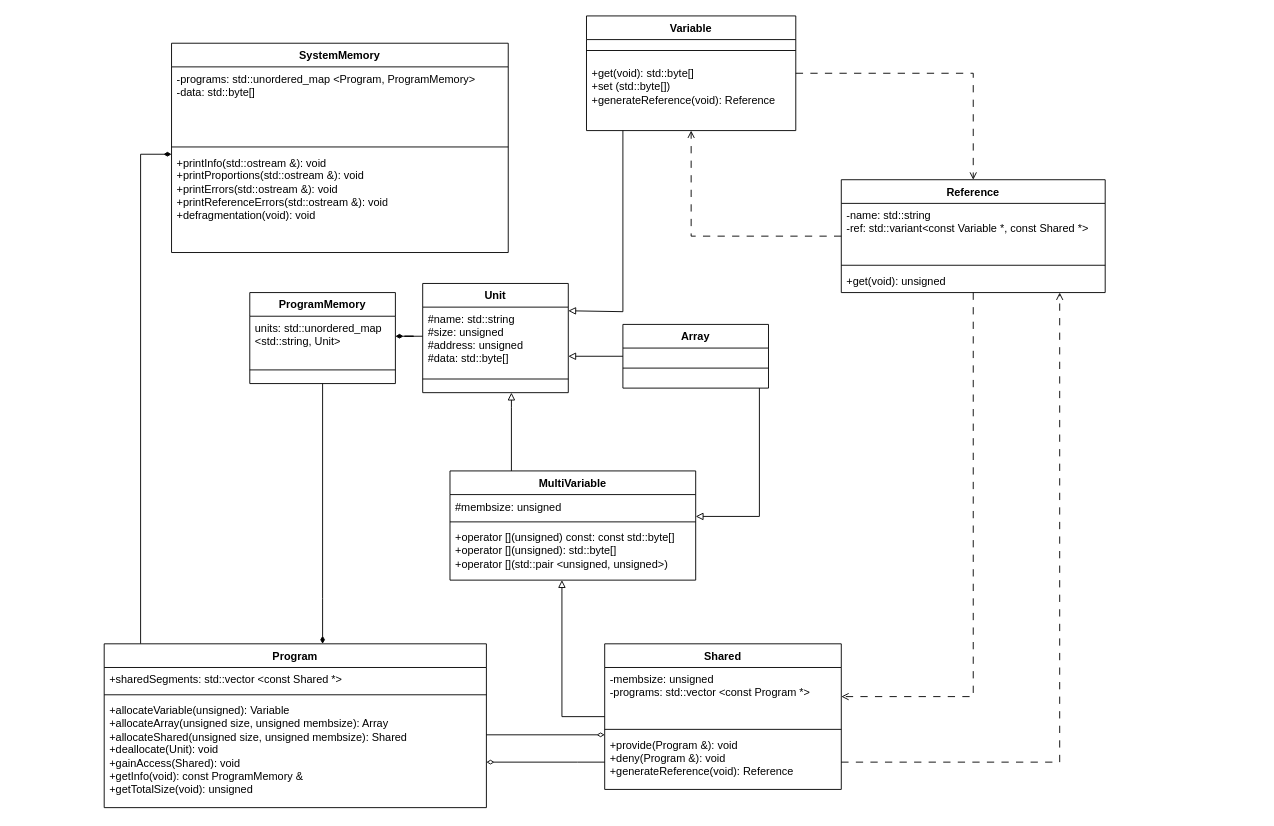
Earlier version of the draw.io diagram oop_lab3_uml.drawio (molchanov71/MEPhIflowcharts). Source tidied: cells renumbered, new cells numbered last; positions are measured from the earlier drawing's top-left corner, leaving out a move shared by most shapes. Both pictures are drawn from the tidied source at 91%, with x=0, y=0 at pixel (104, 15).
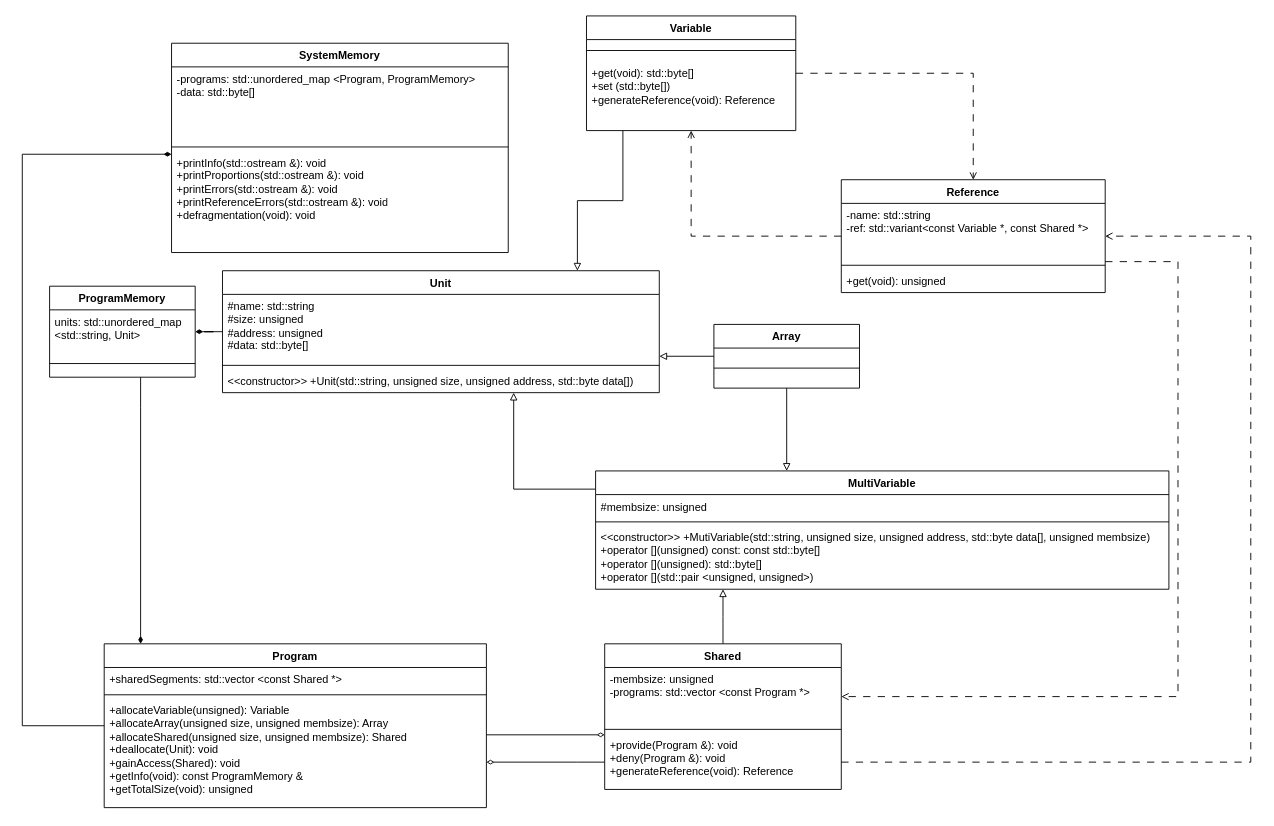
The same page after the edit.

The change refers to these unchanged cells:
```xml
<mxCell id="8" value="Variable" style="swimlane;fontStyle=1;align=center;verticalAlign=top;horizontal=1;startSize=26;whiteSpace=wrap;html=1;" parent="1" vertex="1">
  <mxGeometry x="530" width="230" height="126" as="geometry" />
</mxCell>
<mxCell id="14" value="Shared" style="swimlane;fontStyle=1;align=center;verticalAlign=top;horizontal=1;startSize=26;whiteSpace=wrap;html=1;" parent="1" vertex="1">
  <mxGeometry x="550" y="690" width="260" height="160" as="geometry" />
</mxCell>
<mxCell id="19" value="Reference" style="swimlane;fontStyle=1;align=center;verticalAlign=top;horizontal=1;startSize=26;whiteSpace=wrap;html=1;" parent="1" vertex="1">
  <mxGeometry x="810" y="180" width="290" height="124" as="geometry" />
</mxCell>
<mxCell id="24" value="units: std::unordered_map &amp;lt;std::string, Unit&amp;gt;" style="text;strokeColor=none;fillColor=none;align=left;verticalAlign=top;spacingLeft=4;spacingRight=4;overflow=hidden;points=[[0,0.5],[1,0.5]];portConstraint=eastwest;whiteSpace=wrap;html=1;" parent="23" vertex="1">
  <mxGeometry y="26" width="160" height="44" as="geometry" />
</mxCell>
<mxCell id="27" value="SystemMemory" style="swimlane;fontStyle=1;align=center;verticalAlign=top;horizontal=1;startSize=26;whiteSpace=wrap;html=1;" parent="1" vertex="1">
  <mxGeometry x="74" y="30" width="370" height="230" as="geometry" />
</mxCell>
<mxCell id="34" value="Program" style="swimlane;fontStyle=1;align=center;verticalAlign=top;horizontal=1;startSize=26;whiteSpace=wrap;html=1;" parent="1" vertex="1">
  <mxGeometry y="690" width="420" height="180" as="geometry" />
</mxCell>
```

What changed in the source:
```diff
@@
-    <mxCell id="2" value="Unit" style="swimlane;fontStyle=1;align=center;verticalAlign=top;horizontal=1;startSize=26;whiteSpace=wrap;html=1;" parent="1" vertex="1">
-      <mxGeometry x="350" y="294" width="160" height="120" as="geometry" />
-    </mxCell>
-    <mxCell id="3" value="#name: std::string&lt;br&gt;#size: unsigned&lt;br&gt;#address: unsigned&lt;br&gt;#data: std::byte[]" style="text;strokeColor=none;fillColor=none;align=left;verticalAlign=top;spacingLeft=4;spacingRight=4;overflow=hidden;points=[[0,0.5],[1,0.5]];portConstraint=eastwest;whiteSpace=wrap;html=1;" parent="2" vertex="1">
-      <mxGeometry y="26" width="160" height="64" as="geometry" />
-    </mxCell>
-    <mxCell id="4" style="line;strokeWidth=1;fillColor=none;align=left;verticalAlign=middle;spacingTop=-1;spacingLeft=3;spacingRight=3;labelPosition=right;strokeColor=inherit;" parent="2" vertex="1">
-      <mxGeometry y="90" width="160" height="30" as="geometry" />
-    </mxCell>
-    <mxCell id="5" style="edgeStyle=orthogonalEdgeStyle;rounded=0;jettySize=auto;html=1;entryX=1;entryY=0.25;entryDx=0;entryDy=0;endArrow=block;endFill=0;" parent="1" edge="1" source="8" target="2">
+    <mxCell id="5" style="edgeStyle=orthogonalEdgeStyle;rounded=0;jettySize=auto;html=1;endArrow=block;endFill=0;" parent="1" edge="1" source="8" target="2">
       <mxGeometry relative="1" as="geometry">
         <Array as="points">
-          <mxPoint x="570" y="325" />
+          <mxPoint x="570" y="203" />
+          <mxPoint x="520" y="203" />
         </Array>
       </mxGeometry>
     </mxCell>
@@
     <mxCell id="11" value="Array" style="swimlane;fontStyle=1;align=center;verticalAlign=top;horizontal=1;startSize=26;whiteSpace=wrap;html=1;" parent="1" vertex="1">
-      <mxGeometry x="570" y="339" width="160" height="70" as="geometry" />
+      <mxGeometry x="670" y="339" width="160" height="70" as="geometry" />
     </mxCell>
@@
     <mxCell id="13" style="edgeStyle=orthogonalEdgeStyle;rounded=0;jettySize=auto;html=1;endArrow=block;endFill=0;" parent="1" edge="1" source="14" target="40">
       <mxGeometry relative="1" as="geometry">
         <Array as="points">
-          <mxPoint x="503" y="770" />
+          <mxPoint x="680" y="660" />
+          <mxPoint x="680" y="660" />
         </Array>
       </mxGeometry>
     </mxCell>
@@
     <mxCell id="18" style="edgeStyle=orthogonalEdgeStyle;rounded=0;jettySize=auto;html=1;endArrow=block;endFill=0;" parent="1" edge="1" source="11" target="2">
       <mxGeometry relative="1" as="geometry">
         <Array as="points">
-          <mxPoint x="570" y="356" />
-          <mxPoint x="570" y="356" />
+          <mxPoint x="530" y="374" />
+          <mxPoint x="530" y="374" />
         </Array>
       </mxGeometry>
     </mxCell>
@@
     <mxCell id="23" value="ProgramMemory" style="swimlane;fontStyle=1;align=center;verticalAlign=top;horizontal=1;startSize=26;whiteSpace=wrap;html=1;" parent="1" vertex="1">
-      <mxGeometry x="160" y="304" width="160" height="100" as="geometry" />
+      <mxGeometry x="-60" y="297" width="160" height="100" as="geometry" />
     </mxCell>
@@
-    <mxCell id="26" style="edgeStyle=orthogonalEdgeStyle;rounded=0;jettySize=auto;html=1;endArrow=diamondThin;endFill=1;entryX=1;entryY=0.5;entryDx=0;entryDy=0;" parent="1" edge="1" source="3" target="24">
+    <mxCell id="26" style="edgeStyle=orthogonalEdgeStyle;rounded=0;jettySize=auto;html=1;endArrow=diamondThin;endFill=1;" parent="1" edge="1" source="2" target="23">
       <mxGeometry relative="1" as="geometry" />
     </mxCell>
@@
     <mxCell id="31" style="edgeStyle=orthogonalEdgeStyle;rounded=0;jettySize=auto;html=1;endArrow=diamondThin;endFill=1;" parent="1" edge="1" source="23" target="34">
       <mxGeometry relative="1" as="geometry">
         <Array as="points">
-          <mxPoint x="240" y="640" />
-          <mxPoint x="240" y="640" />
+          <mxPoint x="40" y="430" />
+          <mxPoint x="40" y="430" />
         </Array>
       </mxGeometry>
     </mxCell>
     <mxCell id="32" style="edgeStyle=orthogonalEdgeStyle;rounded=0;jettySize=auto;html=1;endArrow=diamondThin;endFill=1;" parent="1" edge="1" source="34" target="27">
       <mxGeometry relative="1" as="geometry">
         <Array as="points">
-          <mxPoint x="40" y="152" />
+          <mxPoint x="-90" y="780" />
+          <mxPoint x="-90" y="152" />
         </Array>
       </mxGeometry>
     </mxCell>
@@
-    <mxCell id="39" style="edgeStyle=orthogonalEdgeStyle;rounded=0;jettySize=auto;html=1;exitX=0.25;exitY=0;exitDx=0;exitDy=0;endArrow=block;endFill=0;" parent="1" edge="1" source="40" target="2">
+    <mxCell id="39" style="edgeStyle=orthogonalEdgeStyle;rounded=0;jettySize=auto;html=1;endArrow=block;endFill=0;" parent="1" edge="1" source="40" target="2">
       <mxGeometry relative="1" as="geometry">
         <Array as="points">
-          <mxPoint x="448" y="430" />
-          <mxPoint x="448" y="430" />
+          <mxPoint x="450" y="520" />
         </Array>
       </mxGeometry>
     </mxCell>
     <mxCell id="40" value="MultiVariable" style="swimlane;fontStyle=1;align=center;verticalAlign=top;horizontal=1;startSize=26;whiteSpace=wrap;html=1;" parent="1" vertex="1">
-      <mxGeometry x="380" y="500" width="270" height="120" as="geometry" />
+      <mxGeometry x="540" y="500" width="630" height="130" as="geometry" />
     </mxCell>
     <mxCell id="41" value="#membsize: unsigned" style="text;strokeColor=none;fillColor=none;align=left;verticalAlign=top;spacingLeft=4;spacingRight=4;overflow=hidden;whiteSpace=wrap;html=1;" parent="40" vertex="1">
-      <mxGeometry y="26" width="270" height="26" as="geometry" />
+      <mxGeometry y="26" width="630" height="26" as="geometry" />
     </mxCell>
     <mxCell id="42" style="line;strokeWidth=1;fillColor=none;align=left;verticalAlign=middle;spacingTop=-1;spacingLeft=3;spacingRight=3;labelPosition=right;strokeColor=inherit;" parent="40" vertex="1">
-      <mxGeometry y="52" width="270" height="8" as="geometry" />
+      <mxGeometry y="52" width="630" height="8" as="geometry" />
     </mxCell>
-    <mxCell id="43" value="+operator [](unsigned) const: const std::byte[]&lt;br&gt;+operator [](unsigned): std::byte[]&lt;br&gt;&lt;div&gt;+operator [](std::pair &amp;lt;unsigned, unsigned&amp;gt;)&lt;br&gt;&lt;/div&gt;" style="text;strokeColor=none;fillColor=none;align=left;verticalAlign=top;spacingLeft=4;spacingRight=4;overflow=hidden;whiteSpace=wrap;html=1;" parent="40" vertex="1">
-      <mxGeometry y="60" width="270" height="60" as="geometry" />
+    <mxCell id="43" value="&amp;lt;&amp;lt;constructor&amp;gt;&amp;gt; +MutiVariable(std::string, unsigned size, unsigned address, std::byte data[], unsigned membsize)&lt;br&gt;+operator [](unsigned) const: const std::byte[]&lt;br&gt;+operator [](unsigned): std::byte[]&lt;br&gt;&lt;div&gt;+operator [](std::pair &amp;lt;unsigned, unsigned&amp;gt;)&lt;br&gt;&lt;/div&gt;" style="text;strokeColor=none;fillColor=none;align=left;verticalAlign=top;spacingLeft=4;spacingRight=4;overflow=hidden;whiteSpace=wrap;html=1;" parent="40" vertex="1">
+      <mxGeometry y="60" width="630" height="70" as="geometry" />
     </mxCell>
@@
     <mxCell id="45" style="edgeStyle=orthogonalEdgeStyle;rounded=0;jettySize=auto;html=1;dashed=1;dashPattern=8 8;endArrow=open;endFill=0;" parent="1" edge="1" source="19" target="14">
       <mxGeometry relative="1" as="geometry">
         <Array as="points">
-          <mxPoint x="955" y="748" />
+          <mxPoint x="1180" y="270" />
+          <mxPoint x="1180" y="748" />
         </Array>
       </mxGeometry>
     </mxCell>
     <mxCell id="46" style="edgeStyle=orthogonalEdgeStyle;rounded=0;jettySize=auto;html=1;dashed=1;dashPattern=8 8;endArrow=open;endFill=0;" parent="1" edge="1" source="14" target="19">
       <mxGeometry relative="1" as="geometry">
         <Array as="points">
-          <mxPoint x="1050" y="820" />
+          <mxPoint x="1260" y="820" />
+          <mxPoint x="1260" y="242" />
         </Array>
       </mxGeometry>
     </mxCell>
+    <mxCell id="2" value="Unit" style="swimlane;fontStyle=1;align=center;verticalAlign=top;horizontal=1;startSize=26;whiteSpace=wrap;html=1;" parent="1" vertex="1">
+      <mxGeometry x="130" y="280" width="480" height="134" as="geometry" />
+    </mxCell>
+    <mxCell id="3" value="#name: std::string&lt;br&gt;#size: unsigned&lt;br&gt;#address: unsigned&lt;br&gt;#data: std::byte[]" style="text;strokeColor=none;fillColor=none;align=left;verticalAlign=top;spacingLeft=4;spacingRight=4;overflow=hidden;points=[[0,0.5],[1,0.5]];portConstraint=eastwest;whiteSpace=wrap;html=1;" parent="2" vertex="1">
+      <mxGeometry y="26" width="480" height="74" as="geometry" />
+    </mxCell>
+    <mxCell id="47" style="line;strokeWidth=1;fillColor=none;align=left;verticalAlign=middle;spacingTop=-1;spacingLeft=3;spacingRight=3;labelPosition=right;strokeColor=inherit;" parent="2" vertex="1">
+      <mxGeometry y="100" width="480" height="8" as="geometry" />
+    </mxCell>
+    <mxCell id="48" value="&amp;lt;&amp;lt;constructor&amp;gt;&amp;gt; +Unit(std::string, unsigned size, unsigned address, std::byte data[])" style="text;strokeColor=none;fillColor=none;align=left;verticalAlign=top;spacingLeft=4;spacingRight=4;overflow=hidden;whiteSpace=wrap;html=1;" parent="2" vertex="1">
+      <mxGeometry y="108" width="480" height="26" as="geometry" />
+    </mxCell>
```
